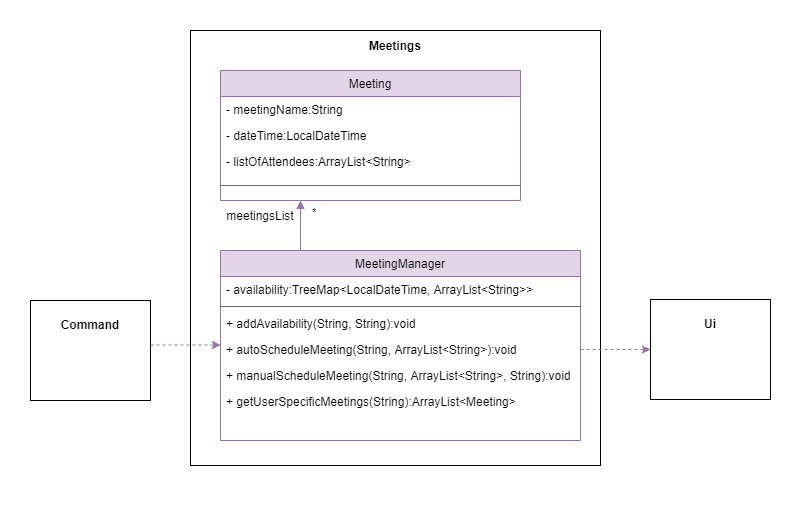
theeugenechong/tp keeps this draw.io diagram as docs/developerGuideDiagrams/meetingsComponent.png. Above is the earlier version. Source tidied: cells renumbered, new cells last; positions are measured from the earlier drawing's top-left corner, leaving out a move shared by most shapes.
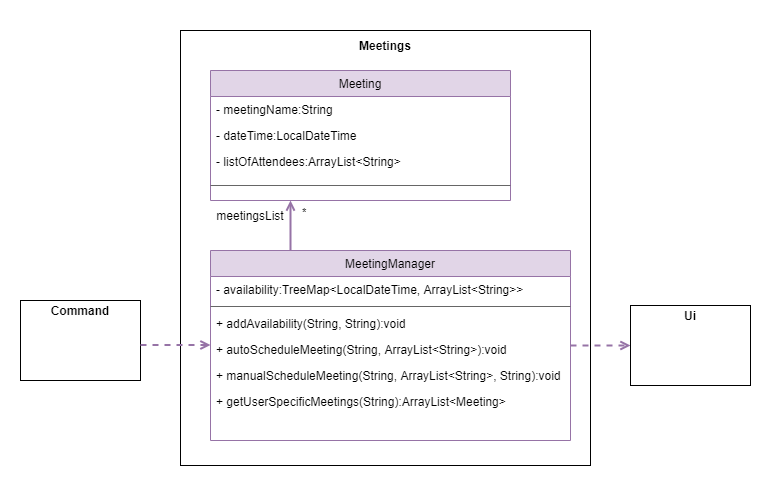
After the change.

The edit, as a diff of the source:
```diff
@@ -3,7 +3,7 @@
     <mxCell id="0" />
     <mxCell id="1" parent="0" />
     <mxCell id="2" style="rounded=0;whiteSpace=wrap;html=1;strokeColor=none;" parent="1" vertex="1">
-      <mxGeometry width="789" height="520" as="geometry" />
+      <mxGeometry x="10" width="770" height="490" as="geometry" />
     </mxCell>
     <mxCell id="3" style="rounded=0;whiteSpace=wrap;html=1;fillColor=none;" parent="1" vertex="1">
       <mxGeometry x="190" y="30" width="410" height="435" as="geometry" />
@@ -44,7 +44,7 @@
     <mxCell id="15" style="line;html=1;strokeWidth=1;align=left;verticalAlign=middle;spacingTop=-1;spacingLeft=3;spacingRight=3;labelPosition=right;fillColor=#f5f5f5;fontColor=#333333;strokeColor=#666666;" parent="11" vertex="1">
       <mxGeometry y="104" width="300" height="22" as="geometry" />
     </mxCell>
-    <mxCell id="16" style="endArrow=block;endFill=1;html=1;edgeStyle=orthogonalEdgeStyle;align=left;verticalAlign=top;rounded=0;fillColor=#e1d5e7;strokeColor=#9673a6;" parent="1" edge="1">
+    <mxCell id="16" style="endArrow=open;endFill=0;html=1;edgeStyle=orthogonalEdgeStyle;align=left;verticalAlign=top;rounded=0;fillColor=#e1d5e7;strokeColor=#9673a6;strokeWidth=2;" parent="1" edge="1">
       <mxGeometry x="-1" relative="1" as="geometry">
         <mxPoint x="300" y="250" as="sourcePoint" />
         <mxPoint x="300" y="200" as="targetPoint" />
@@ -65,20 +65,25 @@
     <mxCell id="19" value="&lt;b&gt;Meetings&lt;/b&gt;" style="text;html=1;strokeColor=none;fillColor=none;align=center;verticalAlign=middle;whiteSpace=wrap;rounded=0;" parent="1" vertex="1">
       <mxGeometry x="315" y="30" width="160" height="30" as="geometry" />
     </mxCell>
-    <mxCell id="20" value="&lt;p style=&quot;margin: 0px ; margin-top: 4px ; text-align: center&quot;&gt;&lt;br&gt;&lt;b&gt;Command&lt;/b&gt;&lt;/p&gt;" style="verticalAlign=top;align=left;overflow=fill;fontSize=12;fontFamily=Helvetica;html=1;" parent="1" vertex="1">
-      <mxGeometry x="30" y="300" width="120" height="100" as="geometry" />
+    <mxCell id="20" value="&lt;p style=&quot;margin: 0px ; margin-top: 4px ; text-align: center&quot;&gt;&lt;b&gt;Command&lt;/b&gt;&lt;/p&gt;" style="verticalAlign=top;align=left;overflow=fill;fontSize=12;fontFamily=Helvetica;html=1;" parent="1" vertex="1">
+      <mxGeometry x="30" y="300" width="120" height="80" as="geometry" />
     </mxCell>
-    <mxCell id="21" value="&lt;p style=&quot;margin: 0px ; margin-top: 4px ; text-align: center&quot;&gt;&lt;br&gt;&lt;b&gt;Ui&lt;/b&gt;&lt;/p&gt;" style="verticalAlign=top;align=left;overflow=fill;fontSize=12;fontFamily=Helvetica;html=1;" parent="1" vertex="1">
-      <mxGeometry x="650" y="299" width="120" height="100" as="geometry" />
-    </mxCell>
-    <mxCell id="22" style="endArrow=classic;html=1;rounded=0;dashed=1;entryX=0;entryY=0.5;entryDx=0;entryDy=0;exitX=1;exitY=0.5;exitDx=0;exitDy=0;fillColor=#e1d5e7;strokeColor=#9673a6;" parent="1" edge="1" source="8" target="21">
-      <mxGeometry relative="1" as="geometry" />
+    <mxCell id="22" style="endArrow=open;html=1;rounded=0;dashed=1;entryX=0;entryY=0.5;entryDx=0;entryDy=0;fillColor=#e1d5e7;strokeColor=#9673a6;endFill=0;strokeWidth=2;" parent="1" edge="1" target="21">
+      <mxGeometry relative="1" as="geometry">
+        <mxPoint x="580" y="345" as="sourcePoint" />
+        <Array as="points">
+          <mxPoint x="610" y="345" />
+        </Array>
+      </mxGeometry>
     </mxCell>
-    <mxCell id="23" style="endArrow=classic;html=1;rounded=0;dashed=1;entryX=0;entryY=0.5;entryDx=0;entryDy=0;exitX=1;exitY=0.5;exitDx=0;exitDy=0;fillColor=#e1d5e7;strokeColor=#9673a6;" parent="1" edge="1">
+    <mxCell id="23" style="endArrow=open;html=1;rounded=0;dashed=1;entryX=0;entryY=0.5;entryDx=0;entryDy=0;exitX=1;exitY=0.5;exitDx=0;exitDy=0;fillColor=#e1d5e7;strokeColor=#9673a6;endFill=0;strokeWidth=2;" parent="1" edge="1">
       <mxGeometry relative="1" as="geometry">
         <mxPoint x="150" y="344.5" as="sourcePoint" />
         <mxPoint x="220" y="344.5" as="targetPoint" />
       </mxGeometry>
     </mxCell>
+    <mxCell id="21" value="&lt;p style=&quot;margin: 0px ; margin-top: 4px ; text-align: center&quot;&gt;&lt;b&gt;Ui&lt;/b&gt;&lt;/p&gt;" style="verticalAlign=top;align=left;overflow=fill;fontSize=12;fontFamily=Helvetica;html=1;" parent="1" vertex="1">
+      <mxGeometry x="640" y="305" width="120" height="80" as="geometry" />
+    </mxCell>
   </root>
 </mxGraphModel>
```
